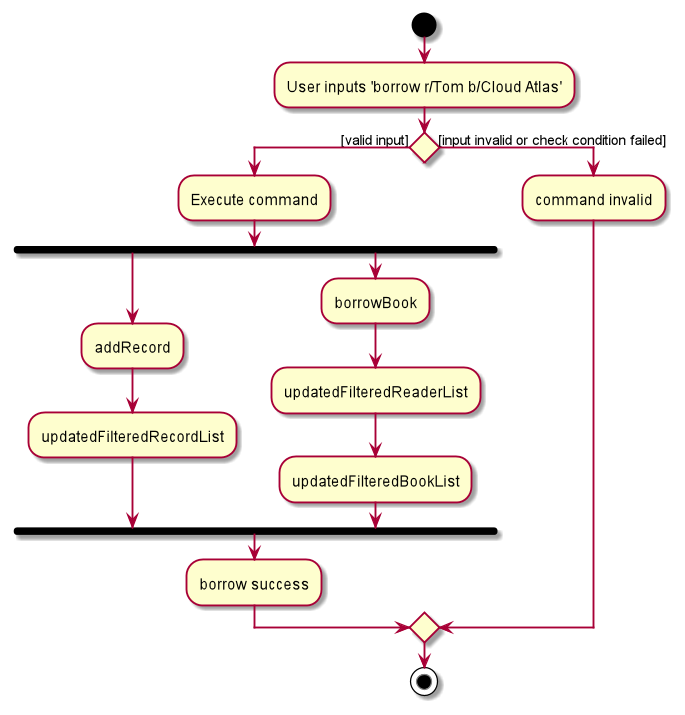
The PlantUML diagram docs/images/BorrowActivityDiagram.png in nus-cs2103-AY2021S2/tp, before a commit. The source it was exported from:
```plantuml
@startuml
start
:User inputs 'borrow r/Tom b/Cloud Atlas';


if () then ([valid input])
    :Execute command;
    fork
        :addRecord;
        :updatedFilteredRecordList;
    fork again
        :borrowBook;
        :updatedFilteredReaderList;
        :updatedFilteredBookList;
    end fork
    :borrow success;
else ([input invalid or check condition failed])
    :command invalid;
endif
stop
@enduml
```
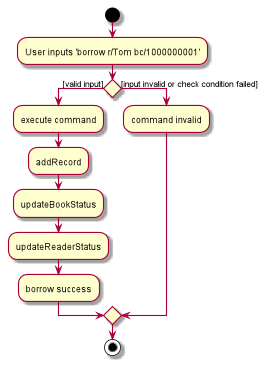
The same diagram one commit later.

Commit message:
dg update borrow activity diagram

The edit, as a diff of the source:
```diff
@@ -1,18 +1,13 @@
 @startuml
 start
-:User inputs 'borrow r/Tom b/Cloud Atlas';
+:User inputs 'borrow r/Tom bc/1000000001';
 
 
 if () then ([valid input])
-    :Execute command;
-    fork
-        :addRecord;
-        :updatedFilteredRecordList;
-    fork again
-        :borrowBook;
-        :updatedFilteredReaderList;
-        :updatedFilteredBookList;
-    end fork
+    :execute command;
+    :addRecord;
+    :updateBookStatus;
+    :updateReaderStatus;
     :borrow success;
 else ([input invalid or check condition failed])
     :command invalid;
```
